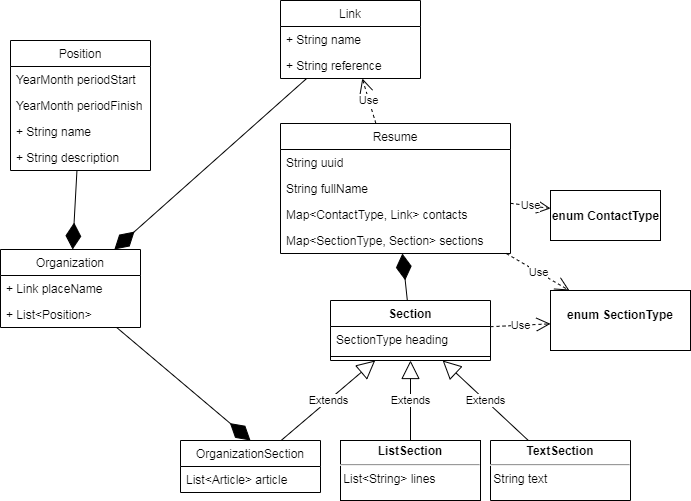
ticherti/basejava keeps this draw.io diagram as basejava.png. Above is the earlier version. Source tidied: cells renumbered, new cells last; positions are measured from the earlier drawing's top-left corner, leaving out a move shared by most shapes.
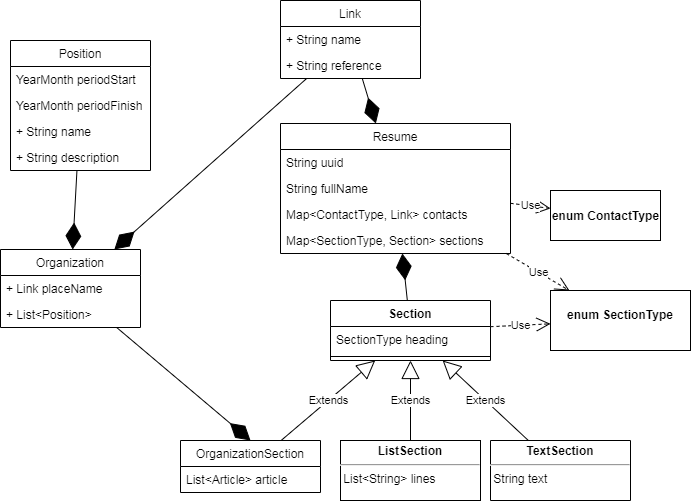
Later version of the same file.

Change to the diagram source:
```diff
@@ -107,8 +107,8 @@
     <mxCell id="36" value="Use" style="endArrow=open;endSize=12;dashed=1;html=1;" parent="1" edge="1" source="2" target="35">
       <mxGeometry relative="1" as="geometry" />
     </mxCell>
-    <mxCell id="37" value="Use" style="endArrow=open;endSize=12;dashed=1;html=1;" parent="1" edge="1" source="2" target="13">
-      <mxGeometry relative="1" as="geometry" />
-    </mxCell>
+    <mxCell id="38" style="endArrow=diamondThin;endFill=1;endSize=24;html=1;" parent="1" edge="1" source="13" target="2">
+      <mxGeometry relative="1" as="geometry" />
+    </mxCell>
   </root>
 </mxGraphModel>
```
